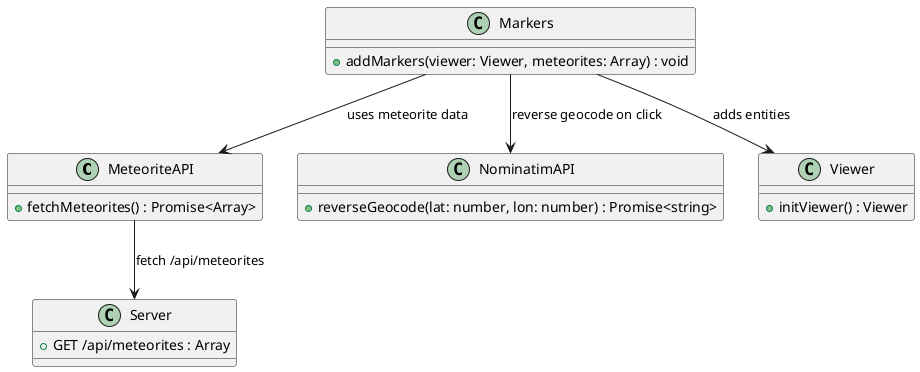
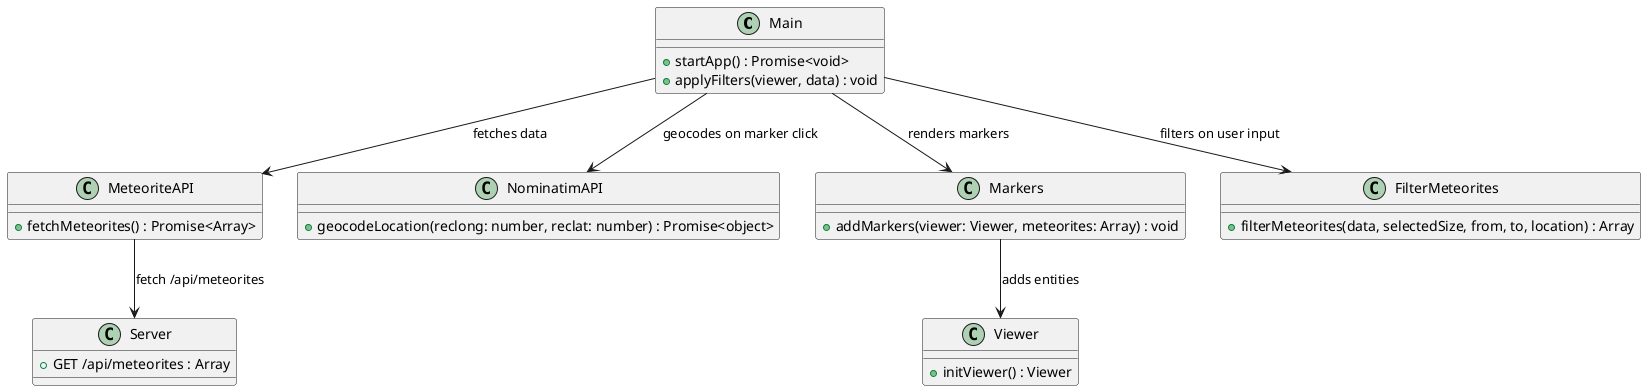
@startuml 3D meteorite impacts vizualization
+ 
+ class Main {
+   +startApp() : Promise<void>
+   +applyFilters(viewer, data) : void
+ }
+ 
class MeteoriteAPI {
  +fetchMeteorites() : Promise<Array>
}

class NominatimAPI {
-   +reverseGeocode(lat: number, lon: number) : Promise<string>
+   +geocodeLocation(reclong: number, reclat: number) : Promise<object>
}

class Markers {
  +addMarkers(viewer: Viewer, meteorites: Array) : void
}

class Viewer {
  +initViewer() : Viewer
}

+ class FilterMeteorites {
+   +filterMeteorites(data, selectedSize, from, to, location) : Array
+ }
+ 
class Server {
  +GET /api/meteorites : Array
}

+ Main --> MeteoriteAPI : fetches data
+ Main --> Markers : renders markers
+ Main --> FilterMeteorites : filters on user input
+ Main --> NominatimAPI : geocodes on marker click
MeteoriteAPI --> Server : fetch /api/meteorites
- Markers --> MeteoriteAPI : uses meteorite data
- Markers --> NominatimAPI : reverse geocode on click
Markers --> Viewer : adds entities
@enduml